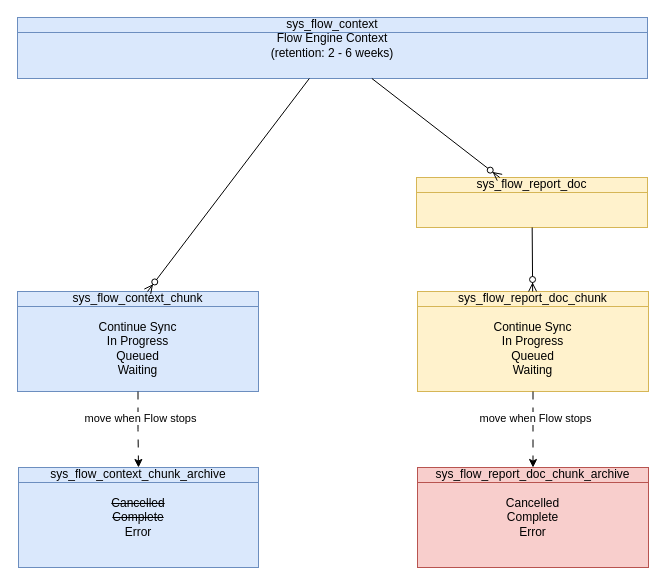
algimas/tmp keeps this draw.io diagram as page "FlowLogs" (9 of 9) of DBs.drawio. Above is the earlier version. Source tidied: cells renumbered, new cells numbered last; positions are measured from the earlier drawing's top-left corner, leaving out a move shared by most shapes. Both pictures are drawn from the tidied source at 100%, with x=0, y=0 at pixel (17, 17).
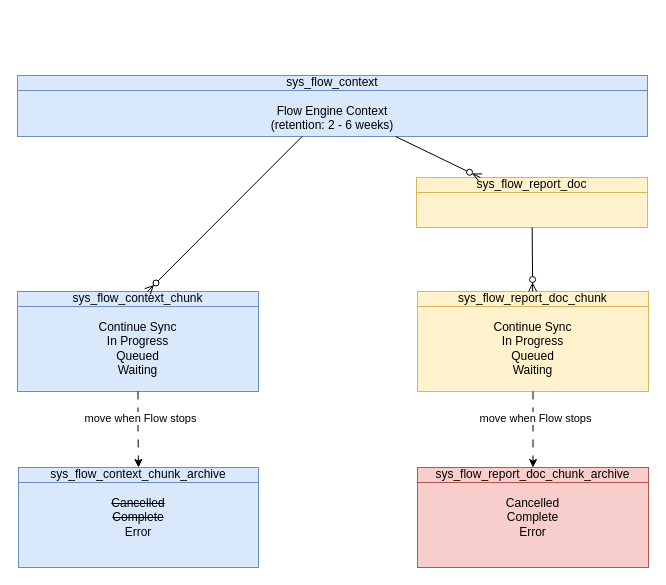
After the change.

The edit, as a diff of the source:
```diff
@@
 <mxGraphModel>
   <root>
     <mxCell id="0" />
     <mxCell id="1" parent="0" />
     <mxCell id="2" value="sys_flow_context_chunk_archive&lt;br&gt;&lt;div&gt;&lt;br&gt;&lt;/div&gt;&lt;div&gt;&lt;strike&gt;Cancelled&lt;/strike&gt;&lt;/div&gt;&lt;div&gt;&lt;strike&gt;Complete&lt;/strike&gt;&lt;/div&gt;&lt;div&gt;Error&lt;/div&gt;" style="html=1;outlineConnect=0;whiteSpace=wrap;fillColor=#dae8fc;shape=mxgraph.archimate3.businessObject;overflow=fill;strokeColor=#6c8ebf;" parent="1" vertex="1">
       <mxGeometry x="1" y="450" width="240" height="100" as="geometry" />
     </mxCell>
     <mxCell id="3" value="sys_flow_context_chunk&lt;br&gt;&lt;br&gt;&lt;div&gt;Continue Sync&lt;/div&gt;&lt;div&gt;In Progress&lt;/div&gt;&lt;div&gt;Queued&lt;/div&gt;&lt;div&gt;Waiting&lt;/div&gt;&lt;div&gt;&lt;br&gt;&lt;/div&gt;" style="html=1;outlineConnect=0;whiteSpace=wrap;fillColor=#dae8fc;shape=mxgraph.archimate3.businessObject;overflow=fill;strokeColor=#6c8ebf;" parent="1" vertex="1">
       <mxGeometry y="274" width="241" height="100" as="geometry" />
     </mxCell>
-    <mxCell id="4" value="sys_flow_context&lt;br&gt;Flow Engine Context&lt;br&gt;(retention: 2 - 6 weeks)" style="html=1;outlineConnect=0;whiteSpace=wrap;fillColor=#dae8fc;shape=mxgraph.archimate3.businessObject;overflow=fill;strokeColor=#6c8ebf;" parent="1" vertex="1">
-      <mxGeometry width="630" height="61" as="geometry" />
+    <mxCell id="4" value="sys_flow_context&lt;br&gt;&lt;br&gt;Flow Engine Context&lt;br&gt;(retention: 2 - 6 weeks)" style="html=1;outlineConnect=0;whiteSpace=wrap;fillColor=#dae8fc;shape=mxgraph.archimate3.businessObject;overflow=fill;strokeColor=#6c8ebf;" parent="1" vertex="1">
+      <mxGeometry y="58" width="630" height="61" as="geometry" />
     </mxCell>
     <mxCell id="5" style="fontSize=12;html=1;endArrow=ERzeroToMany;endFill=1;rounded=0;elbow=vertical;" parent="1" edge="1" source="4">
       <mxGeometry relative="1" as="geometry">
         <mxPoint x="130" y="274" as="targetPoint" />
       </mxGeometry>
     </mxCell>
     <mxCell id="6" style="edgeStyle=orthogonalEdgeStyle;rounded=0;jettySize=auto;html=1;dashed=1;dashPattern=8 8;" parent="1" edge="1" source="3" target="2">
       <mxGeometry relative="1" as="geometry" />
     </mxCell>
     <mxCell id="7" value="move when Flow stops" style="edgeLabel;html=1;align=center;verticalAlign=middle;" parent="6" vertex="1">
       <mxGeometry x="-0.31" y="2" relative="1" as="geometry" />
     </mxCell>
     <mxCell id="8" value="sys_flow_report_doc" style="html=1;outlineConnect=0;whiteSpace=wrap;fillColor=#fff2cc;shape=mxgraph.archimate3.businessObject;overflow=fill;strokeColor=#d6b656;" parent="1" vertex="1">
       <mxGeometry x="399" y="160" width="231" height="50" as="geometry" />
     </mxCell>
     <mxCell id="9" style="fontSize=12;html=1;endArrow=ERzeroToMany;endFill=1;rounded=0;" parent="1" edge="1" source="4" target="8">
       <mxGeometry relative="1" as="geometry" />
     </mxCell>
     <mxCell id="10" value="sys_flow_report_doc_chunk&lt;br&gt;&lt;div style=&quot;border-color: var(--border-color);&quot;&gt;&lt;br&gt;&lt;/div&gt;&lt;div style=&quot;border-color: var(--border-color);&quot;&gt;Continue Sync&lt;/div&gt;&lt;div style=&quot;border-color: var(--border-color);&quot;&gt;In Progress&lt;/div&gt;&lt;div style=&quot;border-color: var(--border-color);&quot;&gt;Queued&lt;/div&gt;&lt;div style=&quot;border-color: var(--border-color);&quot;&gt;Waiting&lt;/div&gt;" style="html=1;outlineConnect=0;whiteSpace=wrap;fillColor=#fff2cc;shape=mxgraph.archimate3.businessObject;overflow=fill;strokeColor=#d6b656;" parent="1" vertex="1">
       <mxGeometry x="400" y="274" width="231" height="100" as="geometry" />
     </mxCell>
     <mxCell id="11" value="sys_flow_report_doc_chunk_archive&lt;br&gt;&lt;div style=&quot;border-color: var(--border-color);&quot;&gt;&lt;br class=&quot;Apple-interchange-newline&quot;&gt;Cancelled&lt;/div&gt;&lt;div style=&quot;border-color: var(--border-color);&quot;&gt;Complete&lt;/div&gt;&lt;div style=&quot;border-color: var(--border-color);&quot;&gt;Error&lt;/div&gt;" style="html=1;outlineConnect=0;whiteSpace=wrap;fillColor=#f8cecc;shape=mxgraph.archimate3.businessObject;overflow=fill;strokeColor=#b85450;" parent="1" vertex="1">
       <mxGeometry x="400" y="450" width="231" height="100" as="geometry" />
     </mxCell>
     <mxCell id="12" style="fontSize=12;html=1;endArrow=ERzeroToMany;endFill=1;rounded=0;" parent="1" edge="1" source="8" target="10">
       <mxGeometry relative="1" as="geometry" />
     </mxCell>
     <mxCell id="13" style="edgeStyle=orthogonalEdgeStyle;rounded=0;jettySize=auto;html=1;dashed=1;dashPattern=8 8;" parent="1" edge="1" source="10" target="11">
       <mxGeometry relative="1" as="geometry" />
     </mxCell>
     <mxCell id="14" value="move when Flow stops" style="edgeLabel;html=1;align=center;verticalAlign=middle;" parent="13" vertex="1">
       <mxGeometry x="-0.31" y="2" relative="1" as="geometry" />
     </mxCell>
   </root>
 </mxGraphModel>
```
